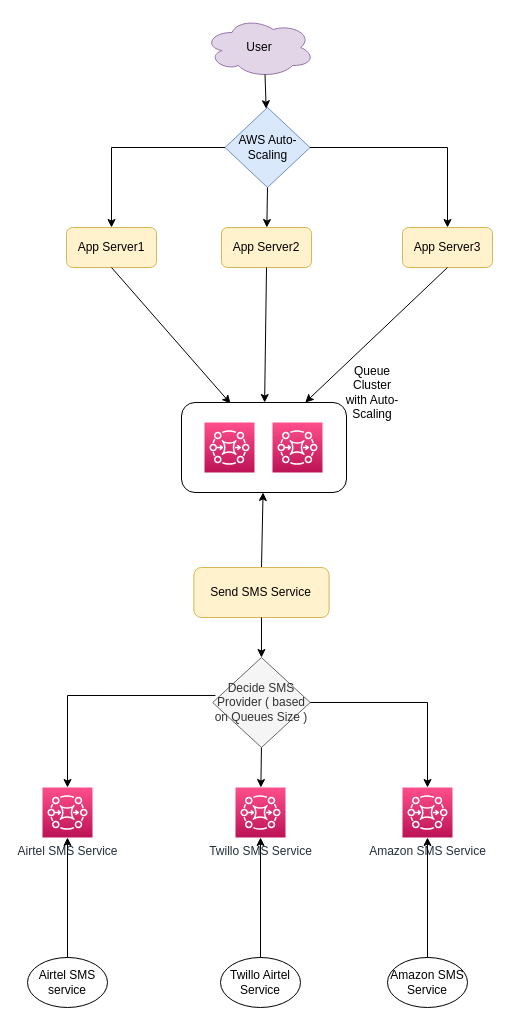
Anshul619/HLD-System-Designs keeps this draw.io diagram as src/SendSMSQueueDesign/Send-SMS-Queuing.drawio. Above is the earlier version. Source tidied: cells renumbered, new cells numbered last; positions are measured from the earlier drawing's top-left corner, leaving out a move shared by most shapes. Both pictures are drawn from the tidied source at 100%, with x=0, y=0 at pixel (27, 17).
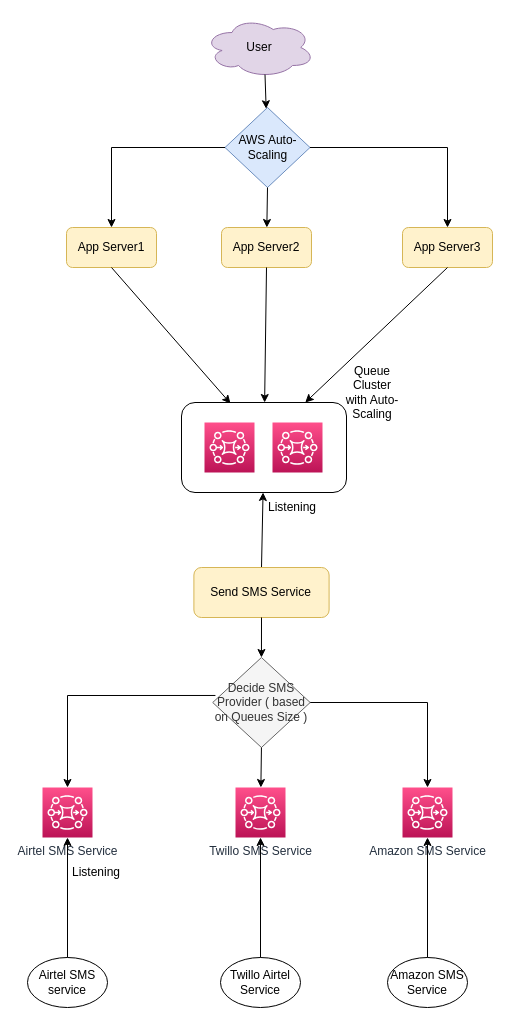
Above is the later version.

The edit, as a diff of the source:
```diff
@@
+    <mxCell id="34" value="Listening" style="text;html=1;strokeColor=none;fillColor=none;align=center;verticalAlign=middle;whiteSpace=wrap;rounded=0;" parent="1" vertex="1">
+      <mxGeometry x="39" y="840" width="60" height="30" as="geometry" />
+    </mxCell>
+    <mxCell id="35" value="Listening" style="text;html=1;strokeColor=none;fillColor=none;align=center;verticalAlign=middle;whiteSpace=wrap;rounded=0;" parent="1" vertex="1">
+      <mxGeometry x="235" y="475" width="60" height="30" as="geometry" />
+    </mxCell>
```
